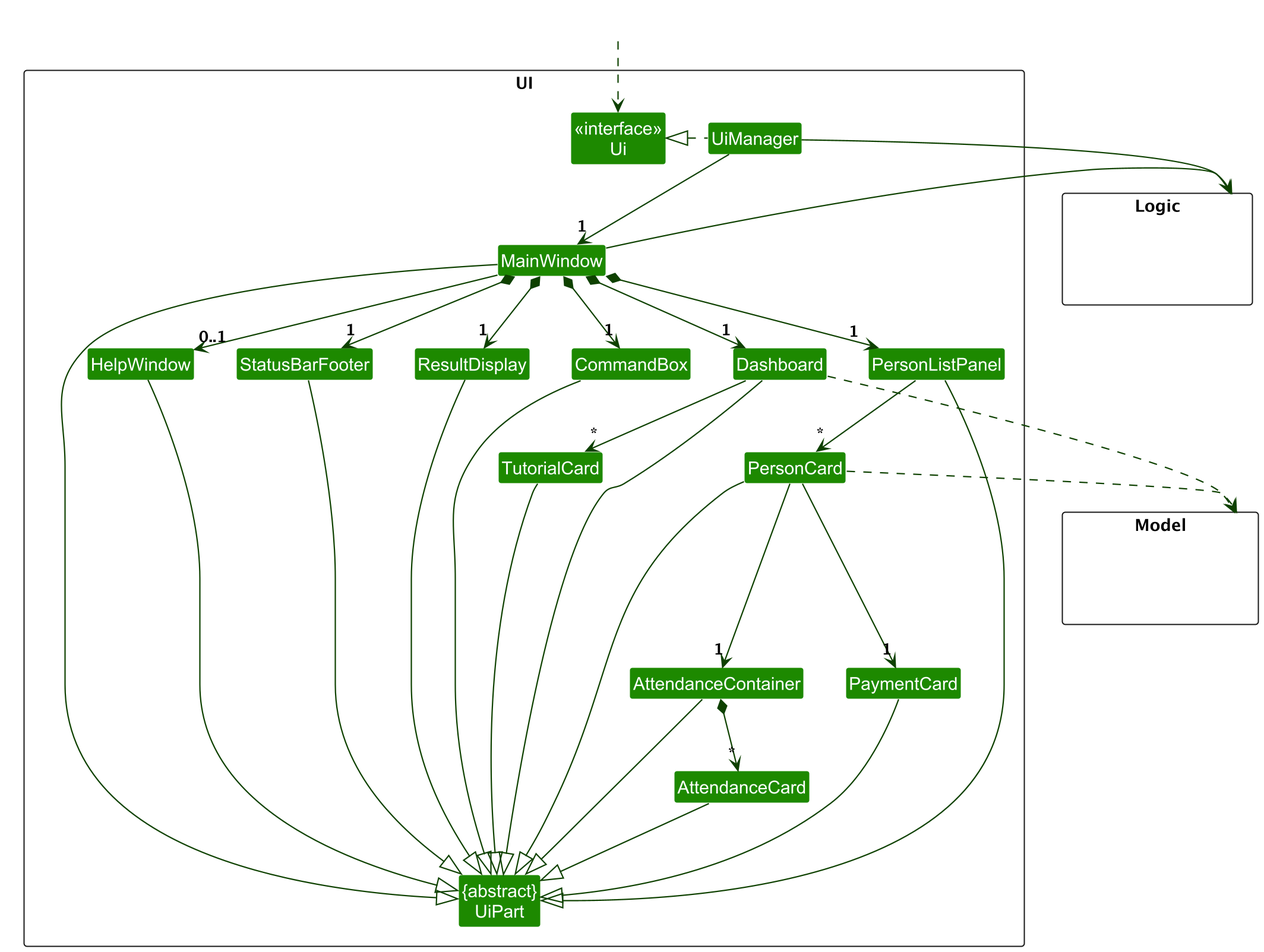
This is docs/images/UiClassDiagram.png from nus-cs2103-AY2425S1/tp, a PlantUML export, as it was before one commit. Its source is kept beside it as docs/diagrams/UiClassDiagram.puml. Its diagram source:
```plantuml
@startuml
!include style.puml
skinparam arrowThickness 1.1
skinparam arrowColor UI_COLOR_T4
skinparam classBackgroundColor UI_COLOR

package UI <<Rectangle>>{
Class "<<interface>>\nUi" as Ui
Class "{abstract}\nUiPart" as UiPart
Class UiManager
Class MainWindow
Class HelpWindow
Class ResultDisplay
Class Dashboard
Class StatusBarFooter
Class CommandBox
Class PersonListPanel
Class PersonCard
Class TutorialCard
Class PaymentCard
Class AttendanceContainer
Class AttendanceCard
}

package Model <<Rectangle>> {
Class HiddenModel #FFFFFF
}

package Logic <<Rectangle>> {
Class HiddenLogic #FFFFFF
}

Class HiddenOutside #FFFFFF
HiddenOutside ..> Ui

UiManager .left.|> Ui
UiManager -down-> "1" MainWindow
MainWindow -down-> "0..1" HelpWindow
MainWindow *-down->  "1" Dashboard
MainWindow *-down->  "1" CommandBox
MainWindow *-down-> "1" ResultDisplay
MainWindow *-down-> "1" PersonListPanel
MainWindow *-down-> "1" StatusBarFooter

Dashboard -down-> "*" TutorialCard
PersonListPanel -down-> "*" PersonCard
PersonCard --down-> "1" PaymentCard
PersonCard --down-> "1" AttendanceContainer
AttendanceContainer *-down-> "*" AttendanceCard
MainWindow -left-|> UiPart

ResultDisplay --|> UiPart
CommandBox --|> UiPart
PersonCard --|> UiPart
StatusBarFooter --|> UiPart
HelpWindow --|> UiPart
AttendanceContainer --|> UiPart
AttendanceCard --|> UiPart
PaymentCard --|> UiPart
Dashboard --|> UiPart
TutorialCard --|> UiPart
PersonListPanel --|> UiPart

Dashboard ..> Model
PersonCard ..> Model
UiManager -right-> Logic
MainWindow -right-> Logic

TutorialCard -[hidden]left- PersonCard
PaymentCard -[hidden]left- AttendanceContainer
PersonListPanel -[hidden]left- Dashboard
Dashboard -[hidden]left- CommandBox
CommandBox -[hidden]left- ResultDisplay
ResultDisplay -[hidden]left- StatusBarFooter
StatusBarFooter -[hidden]left- HelpWindow

MainWindow -[hidden]-|> UiPart
@enduml
```
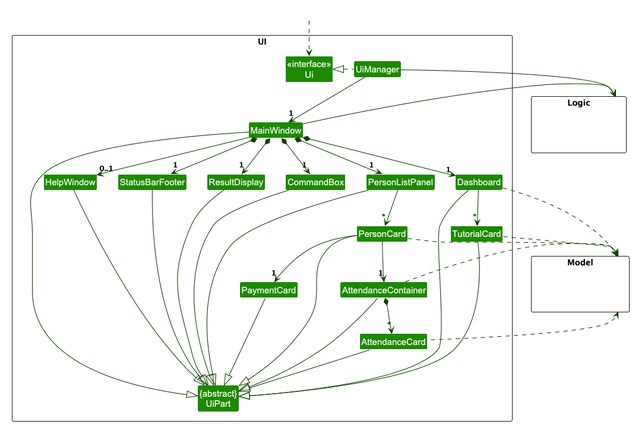
The same diagram one commit later.

Commit message:
Update UML diagram for UI

Change to the diagram source:
```diff
@@ -44,8 +44,8 @@
 
 Dashboard -down-> "*" TutorialCard
 PersonListPanel -down-> "*" PersonCard
-PersonCard --down-> "1" PaymentCard
-PersonCard --down-> "1" AttendanceContainer
+PersonCard -down-> "1" PaymentCard
+PersonCard -down-> "1" AttendanceContainer
 AttendanceContainer *-down-> "*" AttendanceCard
 MainWindow -left-|> UiPart
 
@@ -62,12 +62,15 @@
 PersonListPanel --|> UiPart
 
 Dashboard ..> Model
-PersonCard ..> Model
+PersonCard ..down> Model
+TutorialCard ..down> Model
+AttendanceContainer ..down> Model
+AttendanceCard ..up> Model
 UiManager -right-> Logic
 MainWindow -right-> Logic
 
-TutorialCard -[hidden]left- PersonCard
-PaymentCard -[hidden]left- AttendanceContainer
+TutorialCard -[hidden]right- PersonCard
+PaymentCard -[hidden]right- AttendanceContainer
 PersonListPanel -[hidden]left- Dashboard
 Dashboard -[hidden]left- CommandBox
 CommandBox -[hidden]left- ResultDisplay
```
